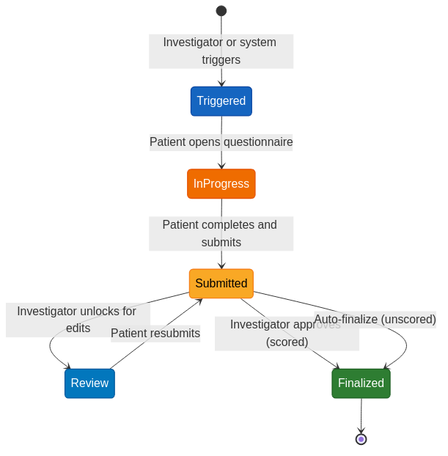
Earlier version of the Mermaid export spec/images/questionnaire-lifecycle.png (Cure-HHT/hht_diary). Its source is kept beside it as spec/images/questionnaire-lifecycle.mmd. Source of this version:
```mermaid
stateDiagram-v2
    [*] --> Triggered: Investigator or system triggers
    Triggered --> InProgress: Patient opens questionnaire
    InProgress --> Submitted: Patient completes and submits
    Submitted --> Review: Investigator unlocks for edits
    Review --> Submitted: Patient resubmits
    Submitted --> Finalized: Investigator approves (scored)
    Submitted --> Finalized: Auto-finalize (unscored)
    Finalized --> [*]

    classDef triggered fill:#1565c0,color:#ffffff,stroke:#0d47a1
    classDef inprogress fill:#ef6c00,color:#ffffff,stroke:#e65100
    classDef submitted fill:#f9a825,color:#000000,stroke:#f57f17
    classDef review fill:#0277bd,color:#ffffff,stroke:#01579b
    classDef finalized fill:#2e7d32,color:#ffffff,stroke:#1b5e20

    class Triggered triggered
    class InProgress inprogress
    class Submitted submitted
    class Review review
    class Finalized finalized
```
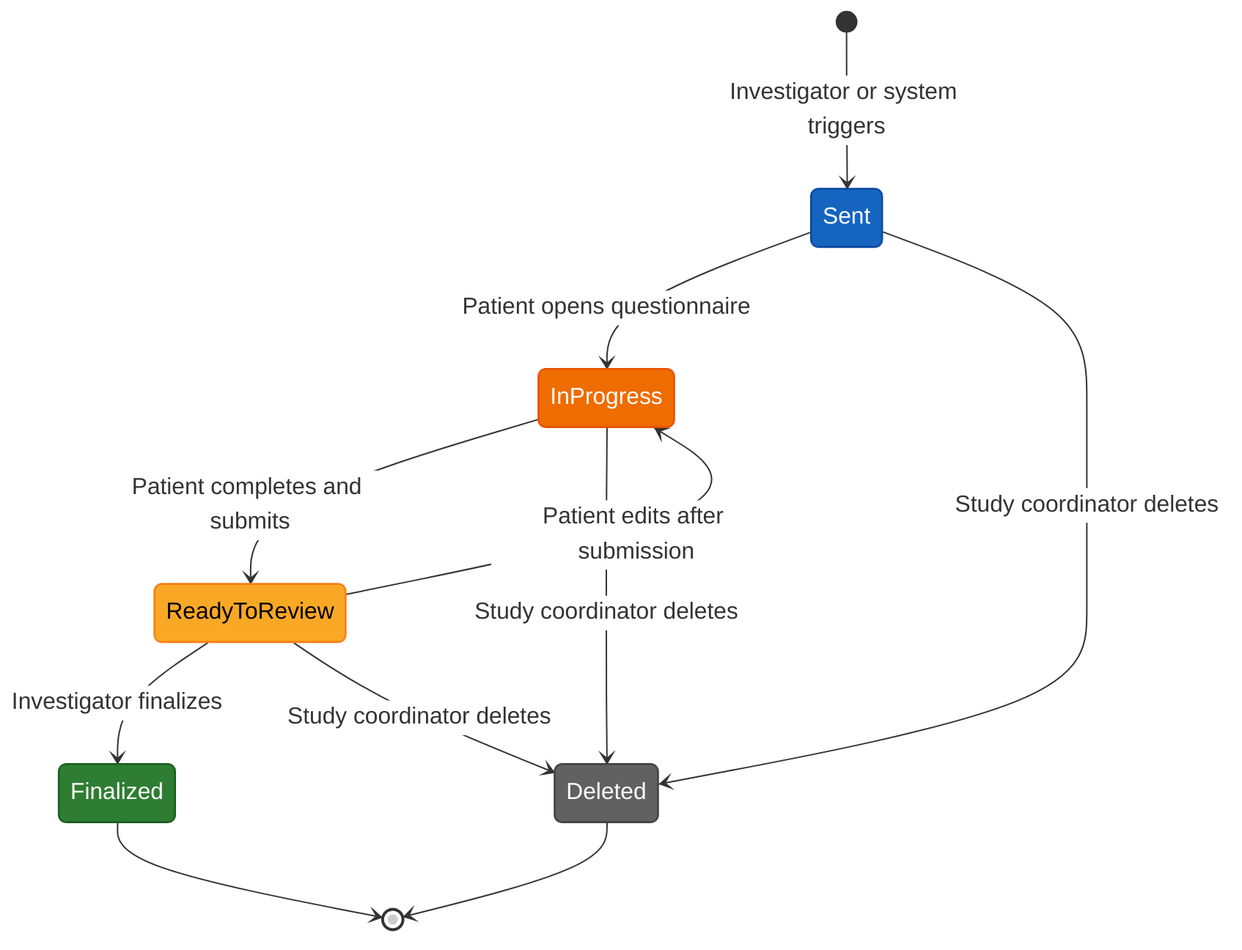
Later version of the same file.

Commit message:
[CUR-971] Update questionnaire lifecycle state diagrams and permissions (#333)

Change to the diagram source:
```diff
@@ -1,21 +1,23 @@
 stateDiagram-v2
-    [*] --> Triggered: Investigator or system triggers
-    Triggered --> InProgress: Patient opens questionnaire
-    InProgress --> Submitted: Patient completes and submits
-    Submitted --> Review: Investigator unlocks for edits
-    Review --> Submitted: Patient resubmits
-    Submitted --> Finalized: Investigator approves (scored)
-    Submitted --> Finalized: Auto-finalize (unscored)
+    [*] --> Sent: Investigator or system triggers
+    Sent --> InProgress: Patient opens questionnaire
+    InProgress --> ReadyToReview: Patient completes and submits
+    ReadyToReview --> InProgress: Patient edits after submission
+    ReadyToReview --> Finalized: Investigator finalizes
+    Sent --> Deleted: Study coordinator deletes
+    InProgress --> Deleted: Study coordinator deletes
+    ReadyToReview --> Deleted: Study coordinator deletes
     Finalized --> [*]
+    Deleted --> [*]
 
-    classDef triggered fill:#1565c0,color:#ffffff,stroke:#0d47a1
+    classDef sent fill:#1565c0,color:#ffffff,stroke:#0d47a1
     classDef inprogress fill:#ef6c00,color:#ffffff,stroke:#e65100
-    classDef submitted fill:#f9a825,color:#000000,stroke:#f57f17
-    classDef review fill:#0277bd,color:#ffffff,stroke:#01579b
+    classDef readytoreview fill:#f9a825,color:#000000,stroke:#f57f17
     classDef finalized fill:#2e7d32,color:#ffffff,stroke:#1b5e20
+    classDef deleted fill:#616161,color:#ffffff,stroke:#424242
 
-    class Triggered triggered
+    class Sent sent
     class InProgress inprogress
-    class Submitted submitted
-    class Review review
+    class ReadyToReview readytoreview
     class Finalized finalized
+    class Deleted deleted
```
